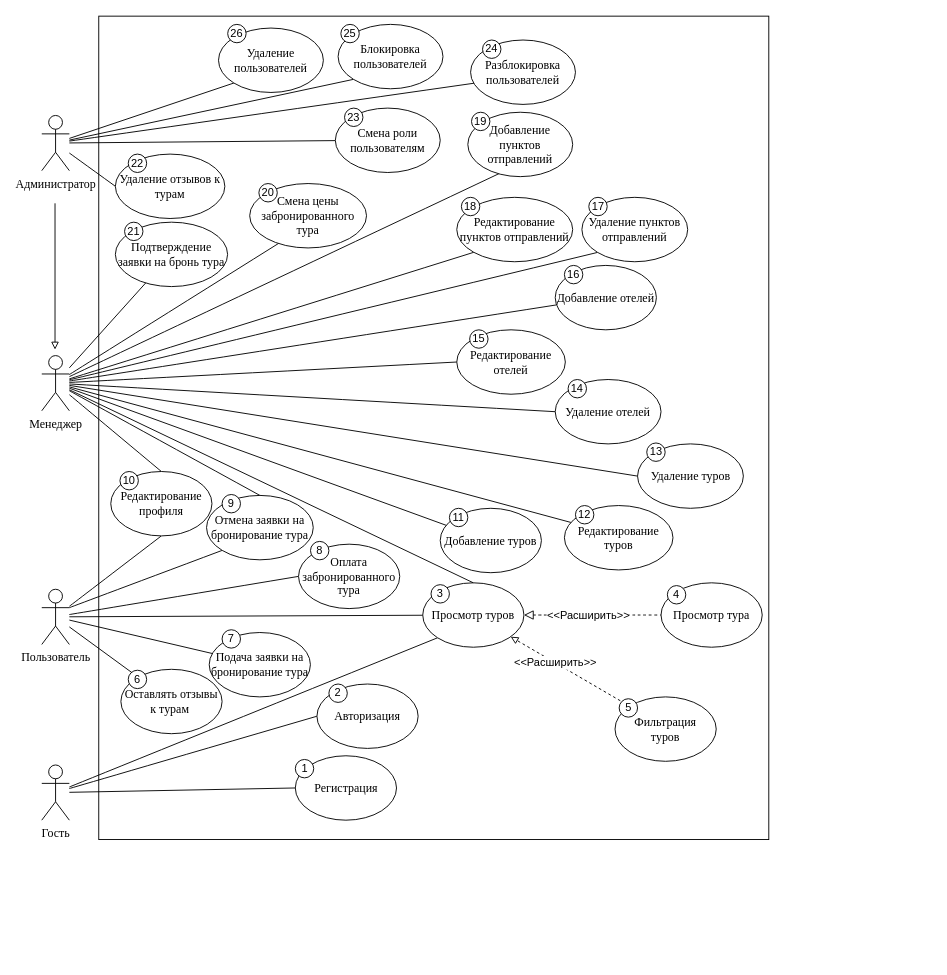
Before: Документы на практику/use-case-v2.drawio in IlyhaDmi28/WorldTours, a draw.io diagram. Source tidied: cells renumbered, new cells numbered last; positions are measured from the earlier drawing's top-left corner, leaving out a move shared by most shapes. Both pictures are drawn from the tidied source at 92%, with x=0, y=0 at pixel (22, 24).
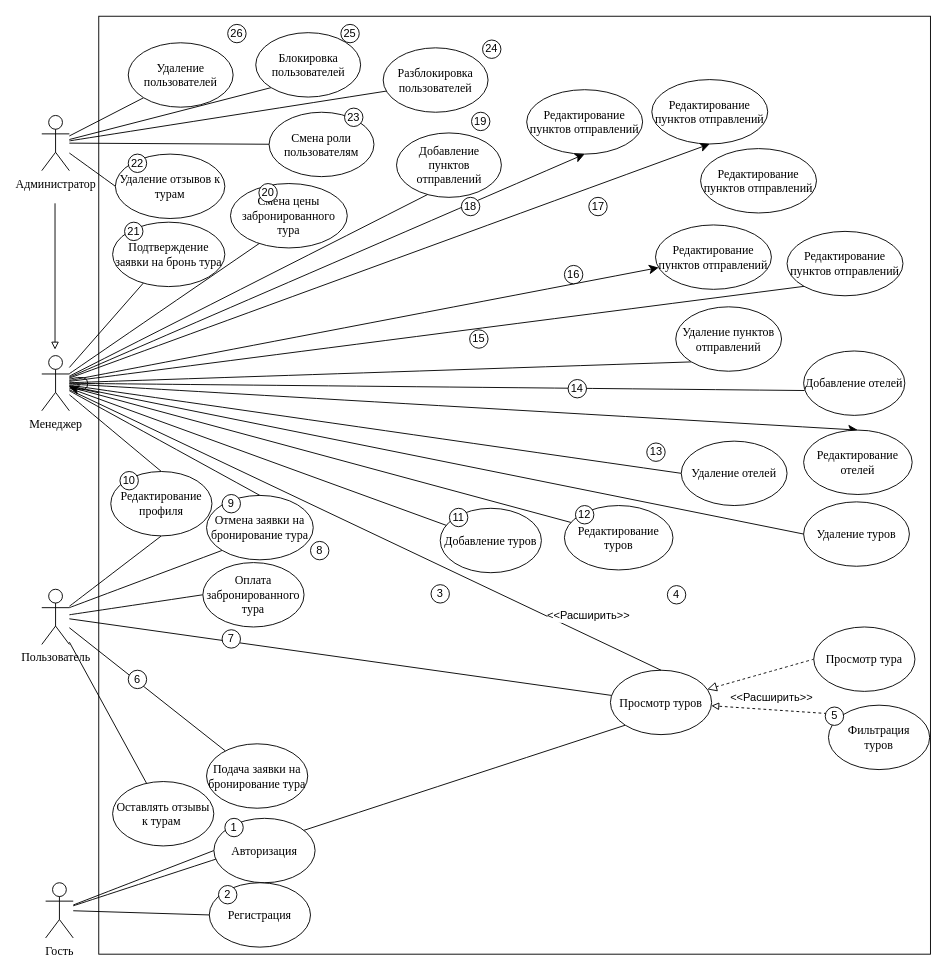
The same diagram, later.

The change refers to these unchanged cells:
```xml
<mxCell id="34" value="Менеджер" style="shape=umlActor;verticalLabelPosition=bottom;verticalAlign=top;html=1;outlineConnect=0;fontFamily=Times New Roman;fontSize=13;" parent="1" vertex="1">
  <mxGeometry x="20.9" y="360" width="30" height="60" as="geometry" />
</mxCell>
```

Diff of the diagram source:
```diff
@@
     <mxCell id="2" style="rounded=0;whiteSpace=wrap;html=1;rotation=90;" parent="1" vertex="1">
-      <mxGeometry x="-0.5" y="74.4" width="895" height="728.3" as="geometry" />
+      <mxGeometry x="25.1" y="48.9" width="1019.5" height="904" as="geometry" />
     </mxCell>
@@
     <mxCell id="6" value="Гость" style="shape=umlActor;verticalLabelPosition=bottom;verticalAlign=top;html=1;outlineConnect=0;fontFamily=Times New Roman;fontSize=13;" parent="1" vertex="1">
-      <mxGeometry x="20.9" y="805" width="30" height="60" as="geometry" />
+      <mxGeometry x="25.1" y="933" width="30" height="60" as="geometry" />
     </mxCell>
@@
     <mxCell id="15" value="&lt;font style=&quot;font-size: 13px;&quot;&gt;Фильтрация&lt;/font&gt;&lt;div&gt;&lt;font style=&quot;font-size: 13px;&quot;&gt;туров&lt;/font&gt;&lt;/div&gt;" style="ellipse;whiteSpace=wrap;html=1;fontFamily=Times New Roman;" parent="1" vertex="1">
-      <mxGeometry x="644" y="731" width="110" height="70" as="geometry" />
+      <mxGeometry x="876" y="740" width="110" height="70" as="geometry" />
     </mxCell>
     <mxCell id="16" value="Подача заявки на бронирование тура" style="ellipse;whiteSpace=wrap;html=1;fontFamily=Times New Roman;fontSize=13;" parent="1" vertex="1">
-      <mxGeometry x="202.9" y="661" width="110" height="70" as="geometry" />
+      <mxGeometry x="200" y="782" width="110" height="70" as="geometry" />
     </mxCell>
     <mxCell id="17" value="&lt;font&gt;Оставлять отзывы к турам&amp;nbsp;&lt;/font&gt;" style="ellipse;whiteSpace=wrap;html=1;fontFamily=Times New Roman;fontSize=13;" parent="1" vertex="1">
-      <mxGeometry x="106.9" y="701" width="110" height="70" as="geometry" />
+      <mxGeometry x="97.9" y="823" width="110" height="70" as="geometry" />
     </mxCell>
@@
     <mxCell id="19" value="&lt;font style=&quot;font-size: 13px;&quot;&gt;Просмотр туров&lt;/font&gt;" style="ellipse;whiteSpace=wrap;html=1;fontFamily=Times New Roman;" parent="1" vertex="1">
-      <mxGeometry x="435" y="607" width="110" height="70" as="geometry" />
+      <mxGeometry x="639" y="702" width="110" height="70" as="geometry" />
     </mxCell>
@@
     <mxCell id="23" value="Удаление туров" style="ellipse;whiteSpace=wrap;html=1;fontFamily=Times New Roman;fontSize=13;" parent="1" vertex="1">
-      <mxGeometry x="668.5" y="456" width="115" height="70" as="geometry" />
+      <mxGeometry x="849" y="519" width="115" height="70" as="geometry" />
     </mxCell>
@@
-    <mxCell id="26" style="edgeStyle=none;curved=1;rounded=0;jettySize=auto;html=1;entryX=0;entryY=0.5;entryDx=0;entryDy=0;fontSize=12;startSize=8;endSize=8;endArrow=none;startFill=0;" parent="1" edge="1" source="34" target="85">
+    <mxCell id="26" style="edgeStyle=none;curved=1;rounded=0;jettySize=auto;html=1;fontSize=12;startSize=8;endSize=8;endArrow=none;startFill=0;" parent="1" edge="1" source="34" target="2">
       <mxGeometry relative="1" as="geometry" />
     </mxCell>
@@
+    <mxCell id="96" style="edgeStyle=none;curved=1;rounded=0;jettySize=auto;html=1;fontSize=12;startSize=8;endSize=8;" parent="1" edge="1" source="34" target="100">
+      <mxGeometry relative="1" as="geometry" />
+    </mxCell>
+    <mxCell id="97" style="edgeStyle=none;curved=1;rounded=0;jettySize=auto;html=1;entryX=0.5;entryY=0;entryDx=0;entryDy=0;fontSize=12;startSize=8;endSize=8;" parent="1" edge="1" source="34" target="85">
+      <mxGeometry relative="1" as="geometry" />
+    </mxCell>
+    <mxCell id="98" style="edgeStyle=none;curved=1;rounded=0;jettySize=auto;html=1;entryX=0.5;entryY=1;entryDx=0;entryDy=0;fontSize=12;startSize=8;endSize=8;" parent="1" edge="1" source="34" target="103">
+      <mxGeometry relative="1" as="geometry" />
+    </mxCell>
+    <mxCell id="99" style="edgeStyle=none;curved=1;rounded=0;jettySize=auto;html=1;entryX=0.5;entryY=1;entryDx=0;entryDy=0;fontSize=12;startSize=8;endSize=8;" parent="1" edge="1" source="34" target="101">
+      <mxGeometry relative="1" as="geometry" />
+    </mxCell>
@@
     <mxCell id="38" value="Подтверждение заявки на бронь тура" style="ellipse;whiteSpace=wrap;html=1;fontFamily=Times New Roman;fontSize=13;" parent="1" vertex="1">
-      <mxGeometry x="100.9" y="215" width="122" height="70" as="geometry" />
+      <mxGeometry x="97.9" y="215" width="122" height="70" as="geometry" />
     </mxCell>
@@
     <mxCell id="44" value="Блокировка пользователей" style="ellipse;whiteSpace=wrap;html=1;fontFamily=Times New Roman;fontSize=13;" parent="1" vertex="1">
-      <mxGeometry x="343" width="114" height="70" as="geometry" />
+      <mxGeometry x="253.5" y="9" width="114" height="70" as="geometry" />
     </mxCell>
     <mxCell id="45" value="Удаление пользователей" style="ellipse;whiteSpace=wrap;html=1;fontFamily=Times New Roman;fontSize=13;" parent="1" vertex="1">
-      <mxGeometry x="213" y="4" width="114" height="70" as="geometry" />
+      <mxGeometry x="114.9" y="20" width="114" height="70" as="geometry" />
     </mxCell>
@@
     <mxCell id="47" value="&lt;span style=&quot;font-size: 13px;&quot;&gt;Авторизация&lt;/span&gt;" style="ellipse;whiteSpace=wrap;html=1;fontFamily=Times New Roman;" parent="1" vertex="1">
-      <mxGeometry x="320" y="717" width="110" height="70" as="geometry" />
+      <mxGeometry x="208" y="863" width="110" height="70" as="geometry" />
     </mxCell>
@@
     <mxCell id="49" value="&lt;font style=&quot;font-size: 13px;&quot;&gt;Просмотр тура&lt;/font&gt;" style="ellipse;whiteSpace=wrap;html=1;fontFamily=Times New Roman;" parent="1" vertex="1">
-      <mxGeometry x="694" y="607" width="110" height="70" as="geometry" />
+      <mxGeometry x="860" y="655" width="110" height="70" as="geometry" />
     </mxCell>
@@
     <mxCell id="51" value="&lt;span style=&quot;font-size: 13px;&quot;&gt;Регистрация&lt;/span&gt;" style="ellipse;whiteSpace=wrap;html=1;fontFamily=Times New Roman;" parent="1" vertex="1">
-      <mxGeometry x="296.5" y="795" width="110" height="70" as="geometry" />
+      <mxGeometry x="203" y="933" width="110" height="70" as="geometry" />
     </mxCell>
@@
     <mxCell id="53" value="&lt;font&gt;&amp;lt;&amp;lt;Расширить&amp;gt;&amp;gt;&lt;/font&gt;" style="edgeLabel;html=1;align=center;verticalAlign=middle;fontSize=12;" parent="1" vertex="1">
-      <mxGeometry x="514" y="702" as="geometry">
+      <mxGeometry x="749" y="740" as="geometry">
         <mxPoint x="64" y="-9" as="offset" />
       </mxGeometry>
     </mxCell>
@@
     <mxCell id="56" value="Смена роли пользователям" style="ellipse;whiteSpace=wrap;html=1;fontFamily=Times New Roman;fontSize=13;" parent="1" vertex="1">
-      <mxGeometry x="340" y="91" width="114" height="70" as="geometry" />
+      <mxGeometry x="268" y="95.5" width="114" height="70" as="geometry" />
     </mxCell>
     <mxCell id="57" value="2" style="ellipse;whiteSpace=wrap;html=1;" parent="1" vertex="1">
-      <mxGeometry x="333" y="717" width="20" height="20" as="geometry" />
+      <mxGeometry x="213" y="936" width="20" height="20" as="geometry" />
     </mxCell>
     <mxCell id="58" value="1" style="ellipse;whiteSpace=wrap;html=1;" parent="1" vertex="1">
-      <mxGeometry x="296.5" y="799" width="20" height="20" as="geometry" />
+      <mxGeometry x="219.9" y="863" width="20" height="20" as="geometry" />
     </mxCell>
@@
     <mxCell id="61" value="5" style="ellipse;whiteSpace=wrap;html=1;" parent="1" vertex="1">
-      <mxGeometry x="648.5" y="733" width="20" height="20" as="geometry" />
+      <mxGeometry x="872.5" y="742" width="20" height="20" as="geometry" />
     </mxCell>
@@
     <mxCell id="74" value="Оплата забронированного тура" style="ellipse;whiteSpace=wrap;html=1;fontFamily=Times New Roman;fontSize=13;" parent="1" vertex="1">
-      <mxGeometry x="300" y="565" width="110" height="70" as="geometry" />
+      <mxGeometry x="196" y="585" width="110" height="70" as="geometry" />
     </mxCell>
@@
     <mxCell id="76" value="Добавление пунктов отправлений" style="ellipse;whiteSpace=wrap;html=1;fontFamily=Times New Roman;fontSize=13;" parent="1" vertex="1">
-      <mxGeometry x="484" y="95.5" width="114" height="70" as="geometry" />
+      <mxGeometry x="406.5" y="118" width="114" height="70" as="geometry" />
     </mxCell>
     <mxCell id="77" value="Удаление пунктов отправлений" style="ellipse;whiteSpace=wrap;html=1;fontFamily=Times New Roman;fontSize=13;" parent="1" vertex="1">
-      <mxGeometry x="608" y="188" width="115" height="70" as="geometry" />
+      <mxGeometry x="710" y="307" width="115" height="70" as="geometry" />
     </mxCell>
     <mxCell id="78" value="Редактирование пунктов отправлений" style="ellipse;whiteSpace=wrap;html=1;fontFamily=Times New Roman;fontSize=13;" parent="1" vertex="1">
-      <mxGeometry x="472" y="188" width="126" height="70" as="geometry" />
+      <mxGeometry x="831" y="225" width="126" height="70" as="geometry" />
     </mxCell>
@@
     <mxCell id="83" value="Добавление отелей" style="ellipse;whiteSpace=wrap;html=1;fontFamily=Times New Roman;fontSize=13;" parent="1" vertex="1">
-      <mxGeometry x="579" y="262" width="110" height="70" as="geometry" />
+      <mxGeometry x="849" y="355" width="110" height="70" as="geometry" />
     </mxCell>
     <mxCell id="84" value="Удаление отелей" style="ellipse;whiteSpace=wrap;html=1;fontFamily=Times New Roman;fontSize=13;" parent="1" vertex="1">
-      <mxGeometry x="579" y="386" width="115" height="70" as="geometry" />
+      <mxGeometry x="716" y="453" width="115" height="70" as="geometry" />
     </mxCell>
     <mxCell id="85" value="Редактирование отелей" style="ellipse;whiteSpace=wrap;html=1;fontFamily=Times New Roman;fontSize=13;" parent="1" vertex="1">
-      <mxGeometry x="472" y="332" width="118" height="70" as="geometry" />
+      <mxGeometry x="849" y="441" width="118" height="70" as="geometry" />
     </mxCell>
@@
     <mxCell id="90" value="Смена цены забронированного тура" style="ellipse;whiteSpace=wrap;html=1;fontFamily=Times New Roman;fontSize=13;" parent="1" vertex="1">
-      <mxGeometry x="246.9" y="173" width="127" height="70" as="geometry" />
+      <mxGeometry x="226" y="173" width="127" height="70" as="geometry" />
     </mxCell>
@@
     <mxCell id="92" value="Разблокировка пользователей" style="ellipse;whiteSpace=wrap;html=1;fontFamily=Times New Roman;fontSize=13;" parent="1" vertex="1">
-      <mxGeometry x="487" y="17" width="114" height="70" as="geometry" />
+      <mxGeometry x="392" y="25.5" width="114" height="70" as="geometry" />
     </mxCell>
@@
+    <mxCell id="100" value="Редактирование пунктов отправлений" style="ellipse;whiteSpace=wrap;html=1;fontFamily=Times New Roman;fontSize=13;" parent="1" vertex="1">
+      <mxGeometry x="688" y="218" width="126" height="70" as="geometry" />
+    </mxCell>
+    <mxCell id="101" value="Редактирование пунктов отправлений" style="ellipse;whiteSpace=wrap;html=1;fontFamily=Times New Roman;fontSize=13;" parent="1" vertex="1">
+      <mxGeometry x="548" y="71" width="126" height="70" as="geometry" />
+    </mxCell>
+    <mxCell id="102" value="Редактирование пунктов отправлений" style="ellipse;whiteSpace=wrap;html=1;fontFamily=Times New Roman;fontSize=13;" parent="1" vertex="1">
+      <mxGeometry x="737" y="135" width="126" height="70" as="geometry" />
+    </mxCell>
+    <mxCell id="103" value="Редактирование пунктов отправлений" style="ellipse;whiteSpace=wrap;html=1;fontFamily=Times New Roman;fontSize=13;" parent="1" vertex="1">
+      <mxGeometry x="684" y="60" width="126" height="70" as="geometry" />
+    </mxCell>
+    <mxCell id="104" style="edgeStyle=none;curved=1;rounded=0;orthogonalLoop=1;jettySize=auto;html=1;fontSize=12;startSize=8;endSize=8;" parent="1" edge="1" source="34" target="34">
+      <mxGeometry relative="1" as="geometry" />
+    </mxCell>
```
